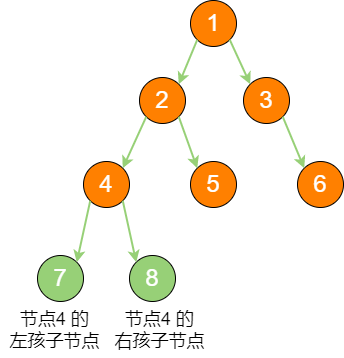
This is docs/languages/python/algorithm_data_structure/assets/binary_tree.png from sankgao/sankgao.github.io, a draw.io export, as it was before one commit. Source tidied: cells renumbered, new cells last; positions are measured from the earlier drawing's top-left corner, leaving out a move shared by most shapes.
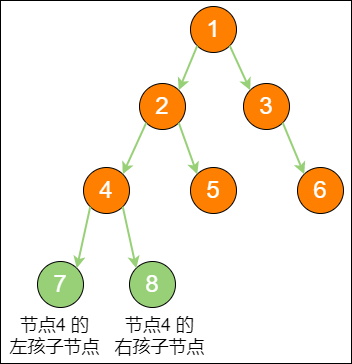
The same diagram one commit later.

What changed in the source:
```diff
@@ -2,6 +2,9 @@
   <root>
     <mxCell id="0" />
     <mxCell id="1" parent="0" />
+    <mxCell id="19" style="rounded=0;whiteSpace=wrap;html=1;" parent="1" vertex="1">
+      <mxGeometry y="-6" width="351" height="363" as="geometry" />
+    </mxCell>
     <mxCell id="2" value="1" style="ellipse;whiteSpace=wrap;html=1;fillColor=#FF8000;fontSize=24;fontColor=#FFFFFF;" parent="1" vertex="1">
       <mxGeometry x="190" width="46" height="46" as="geometry" />
     </mxCell>
```
